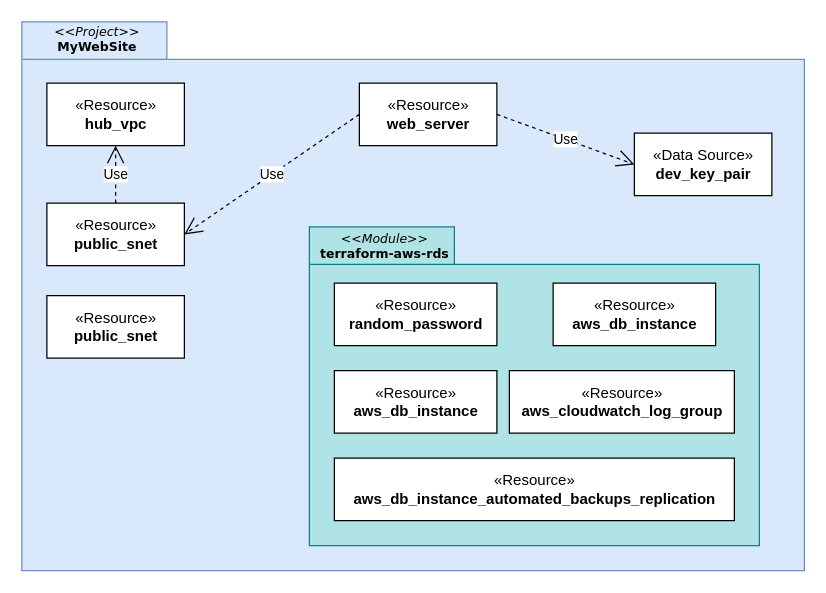
Before: page "Modules" (2 of 2) of Diagrams.drawio in jleonelion/kh-infra-w-tf, a draw.io diagram. Source tidied: cells renumbered, new cells numbered last; positions are measured from the earlier drawing's top-left corner, leaving out a move shared by most shapes. Both pictures are drawn from the tidied source at 125%, with x=0, y=0 at pixel (21, 21).
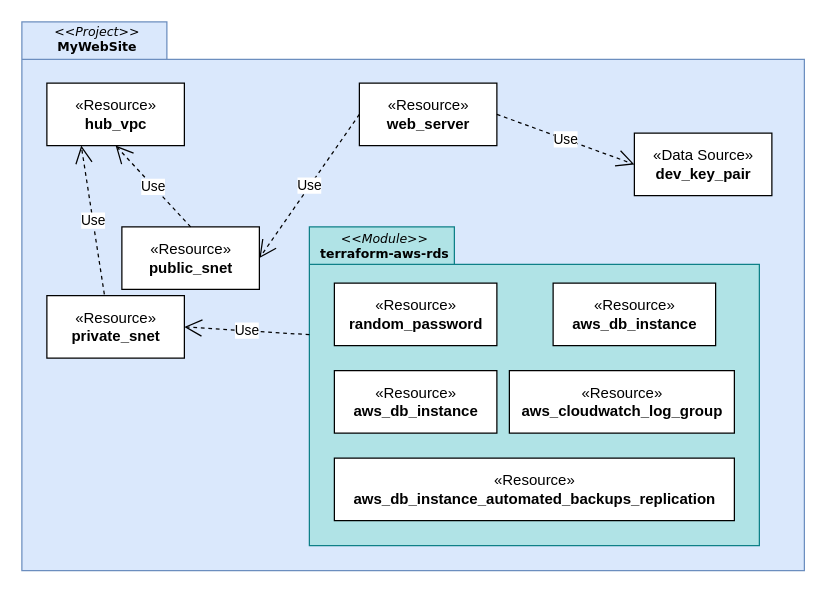
The same diagram, later.

The change refers to these unchanged cells:
```xml
<mxCell id="5" value="«Resource»&lt;br&gt;&lt;b&gt;hub_vpc&lt;/b&gt;" style="html=1;" parent="1" vertex="1">
  <mxGeometry x="20" y="49" width="110" height="50" as="geometry" />
</mxCell>
<mxCell id="13" style="shape=folder;fontStyle=1;spacingTop=10;tabWidth=116;tabHeight=30;tabPosition=left;html=1;rounded=0;shadow=0;comic=0;labelBackgroundColor=#eba50f;strokeWidth=1;fillColor=#b0e3e6;fontFamily=Verdana;fontSize=10;align=center;strokeColor=#0e8088;" parent="12" vertex="1">
  <mxGeometry width="360" height="255" as="geometry" />
</mxCell>
```

Diff of the diagram source:
```diff
@@
     <mxCell id="6" value="«Resource»&lt;br&gt;&lt;b&gt;public_snet&lt;/b&gt;" style="html=1;" parent="1" vertex="1">
-      <mxGeometry x="20" y="145" width="110" height="50" as="geometry" />
+      <mxGeometry x="80" y="164" width="110" height="50" as="geometry" />
     </mxCell>
@@
-    <mxCell id="9" value="«Resource»&lt;br&gt;&lt;b&gt;public_snet&lt;/b&gt;" style="html=1;" parent="1" vertex="1">
+    <mxCell id="9" value="«Resource»&lt;br&gt;&lt;b&gt;private_snet&lt;/b&gt;" style="html=1;" parent="1" vertex="1">
       <mxGeometry x="20" y="219" width="110" height="50" as="geometry" />
     </mxCell>
@@
+    <mxCell id="20" value="Use" style="endArrow=open;endSize=12;dashed=1;html=1;rounded=0;exitX=0.418;exitY=-0.02;exitDx=0;exitDy=0;entryX=0.25;entryY=1;entryDx=0;entryDy=0;exitPerimeter=0;" parent="1" edge="1" source="9" target="5">
+      <mxGeometry relative="1" as="geometry" />
+    </mxCell>
+    <mxCell id="21" value="Use" style="endArrow=open;endSize=12;dashed=1;html=1;rounded=0;exitX=0;exitY=0;exitDx=0;exitDy=86.25;entryX=1;entryY=0.5;entryDx=0;entryDy=0;exitPerimeter=0;" parent="1" edge="1" source="13" target="9">
+      <mxGeometry relative="1" as="geometry" />
+    </mxCell>
```
